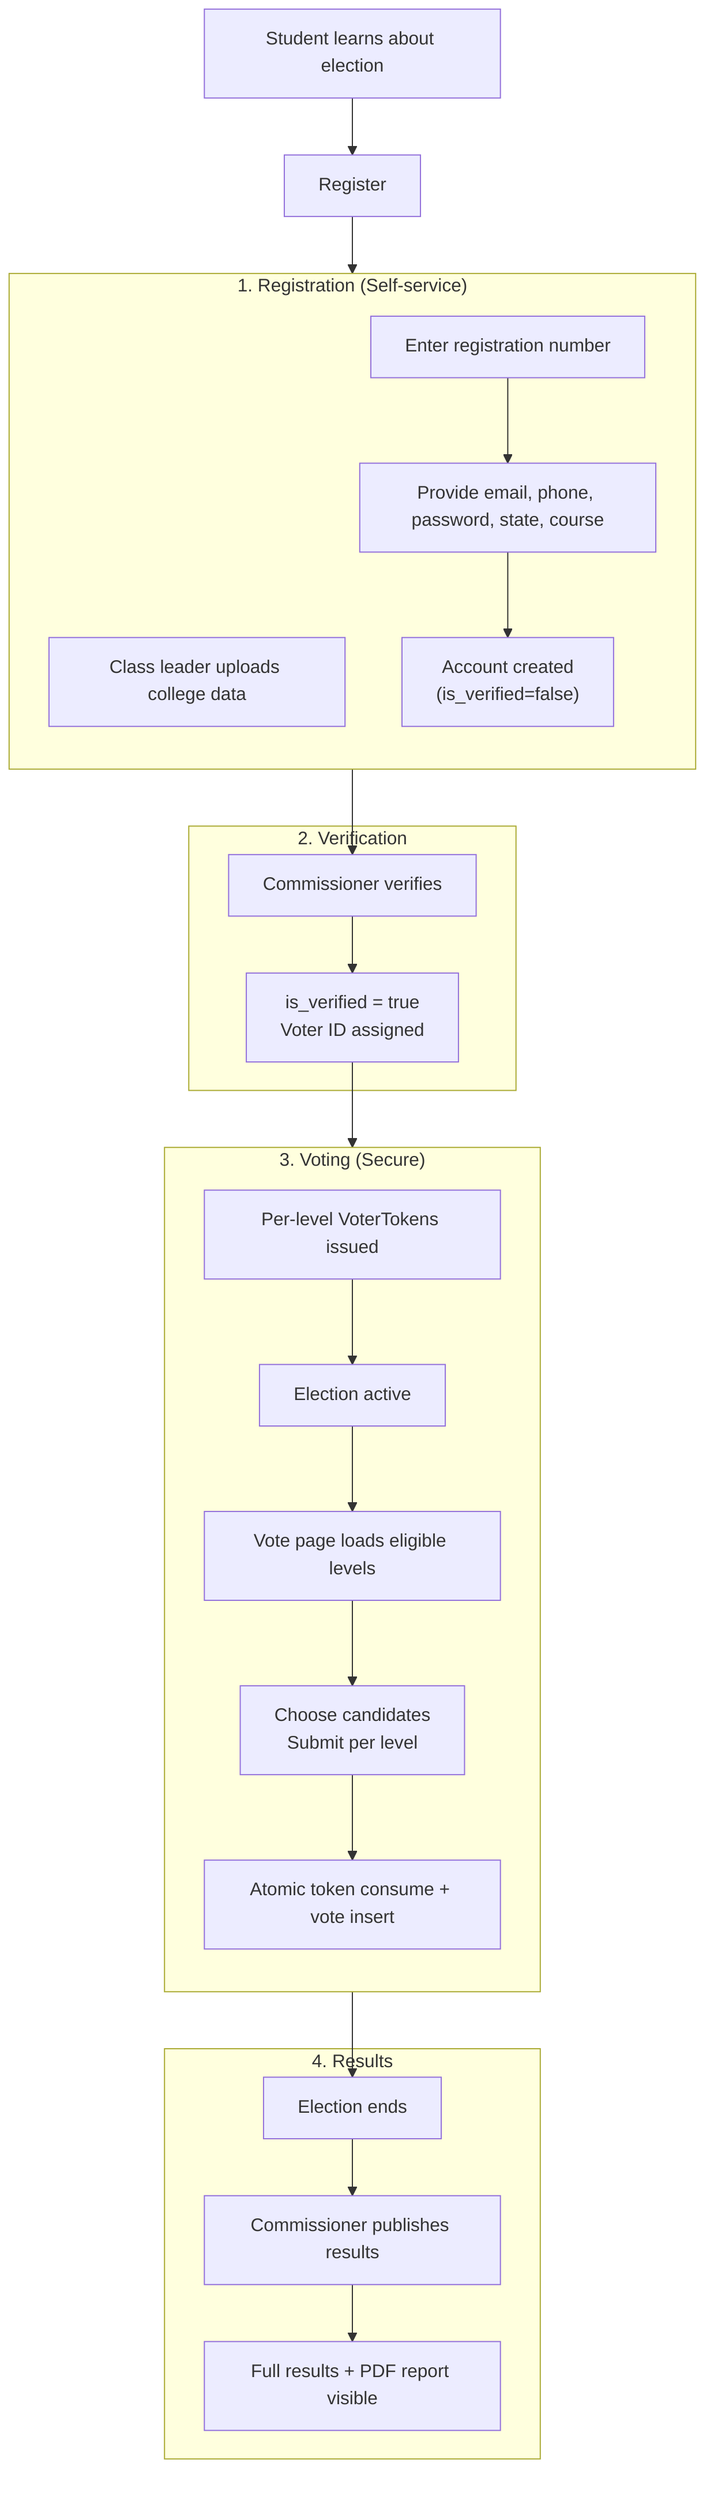
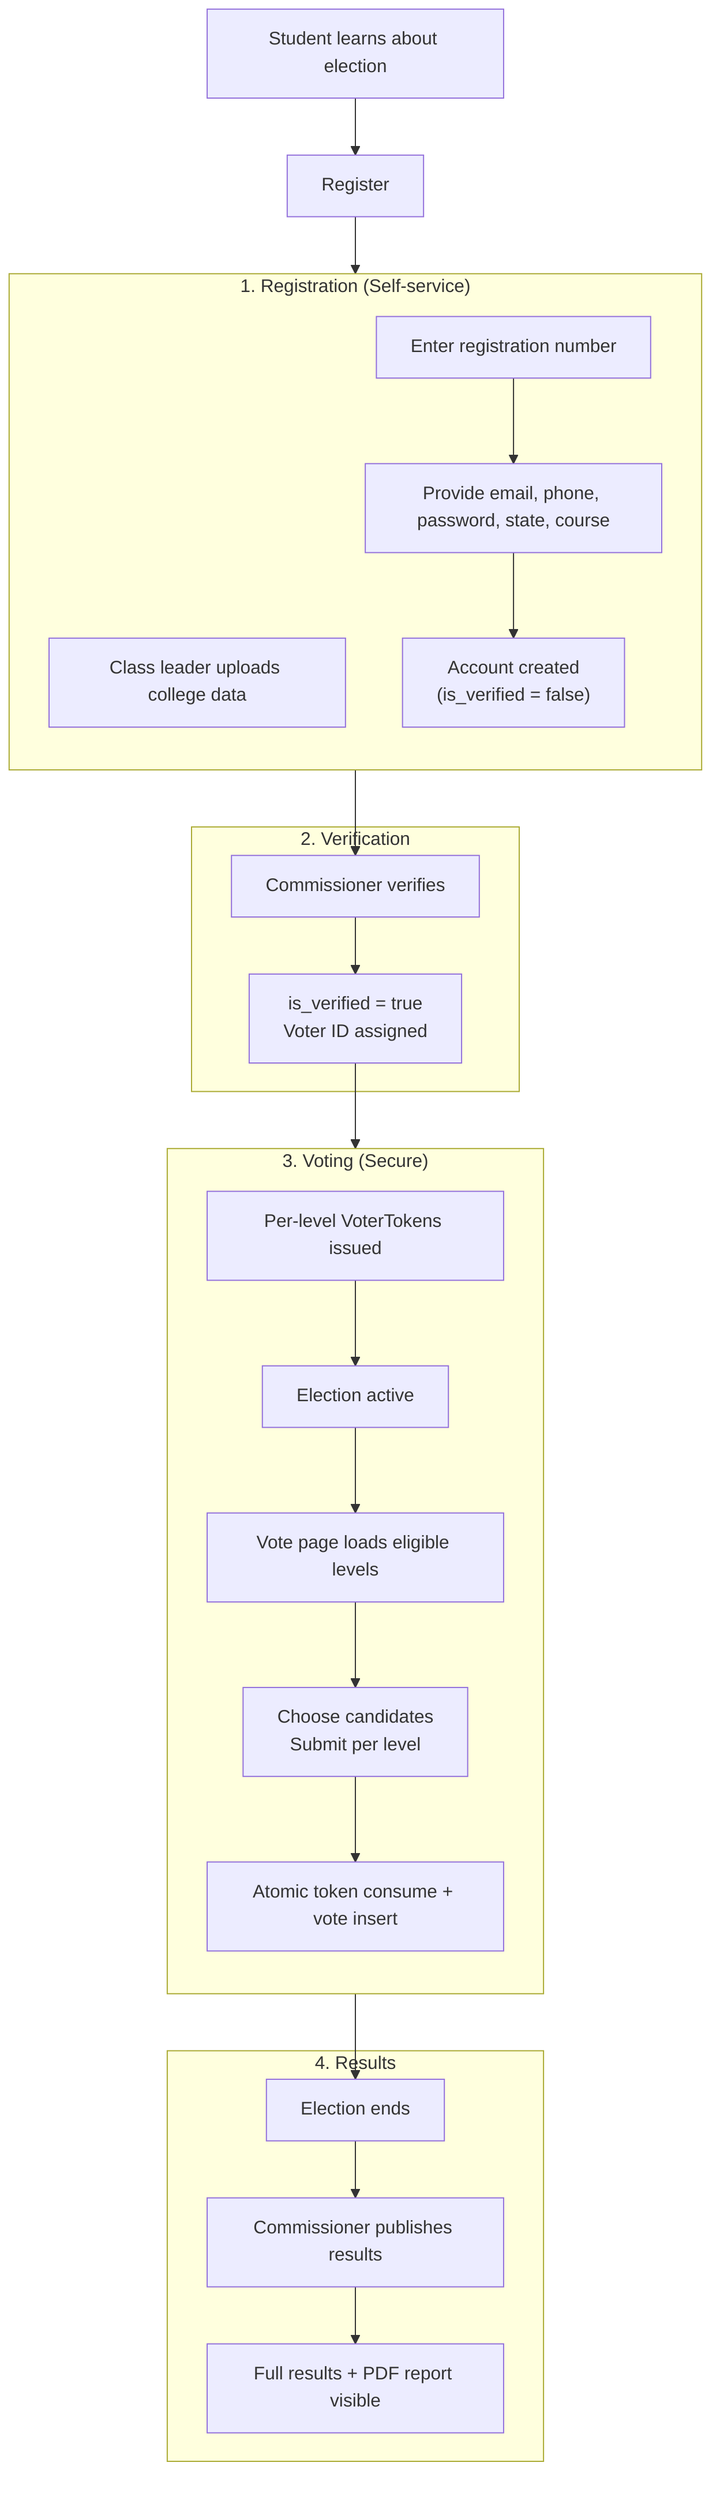
flowchart TD
    Start[Student learns about election] --> Register

    subgraph Registration["1. Registration (Self-service)"]
        direction TB
        CheckCollege[Class leader uploads college data]
        Reg1[Enter registration number]
        Reg2[Provide email, phone, password, state, course]
-         Created["Account created<br/>(is_verified=false)"]
+         Created["Account created\n(is_verified = false)"]
    end

    subgraph Verification["2. Verification"]
        Commissioner["Commissioner verifies"]
-         Verified["is_verified = true<br/>Voter ID assigned"]
+         Verified["is_verified = true\nVoter ID assigned"]
    end

    subgraph Voting["3. Voting (Secure)"]
        direction TB
        Tokens["Per-level VoterTokens issued"]
        Active["Election active"]
        Page["Vote page loads eligible levels"]
-         Cast["Choose candidates<br/>Submit per level"]
+         Cast["Choose candidates\nSubmit per level"]
        Atomic["Atomic token consume + vote insert"]
    end

    subgraph Results["4. Results"]
        End["Election ends"]
        Publish["Commissioner publishes results"]
        PublicView["Full results + PDF report visible"]
    end

    Register --> Reg1 --> Reg2 --> Created --> Commissioner --> Verified
    Verified --> Tokens --> Active --> Page --> Cast --> Atomic
    Atomic --> End --> Publish --> PublicView
